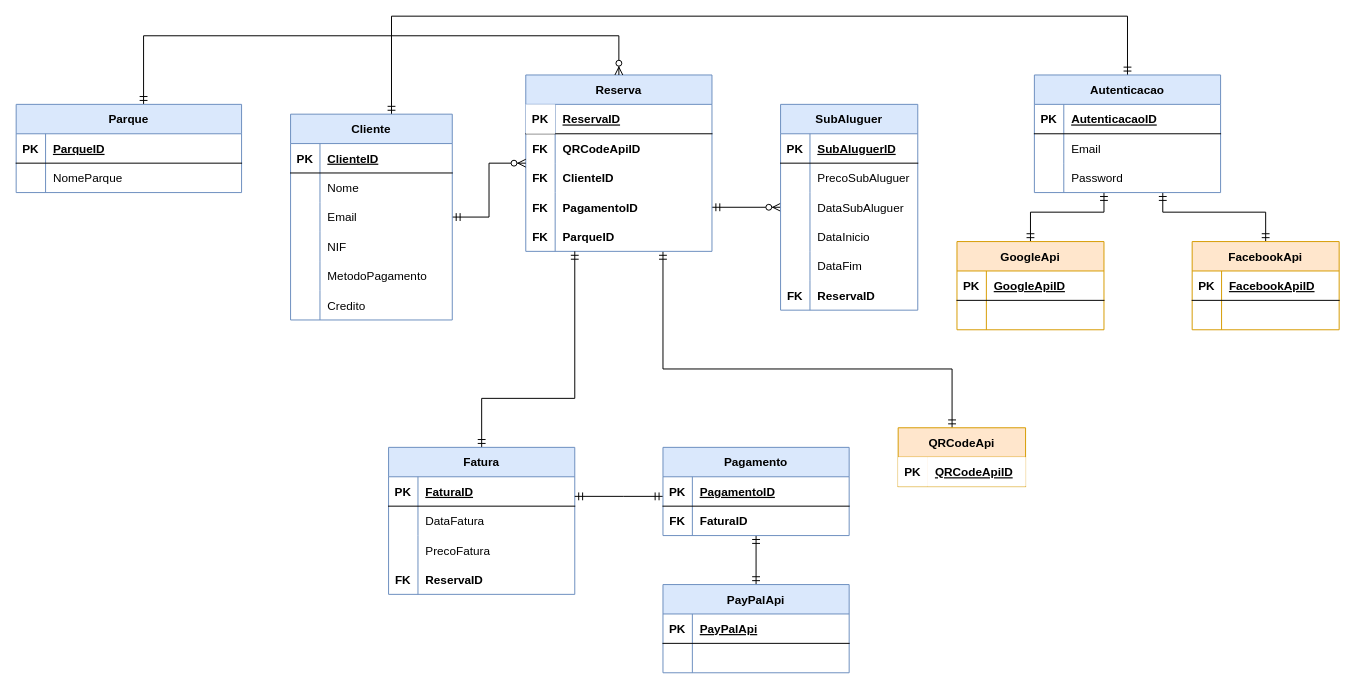
This is ERSmartParkingSprint3.drawio from PauloTor/UPskillDOTNET, a draw.io file, before an edit. Source tidied: cells renumbered, new cells numbered last; positions are measured from the earlier drawing's top-left corner, leaving out a move shared by most shapes. Both pictures are drawn from the tidied source at 98%, with x=0, y=0 at pixel (16, 16).
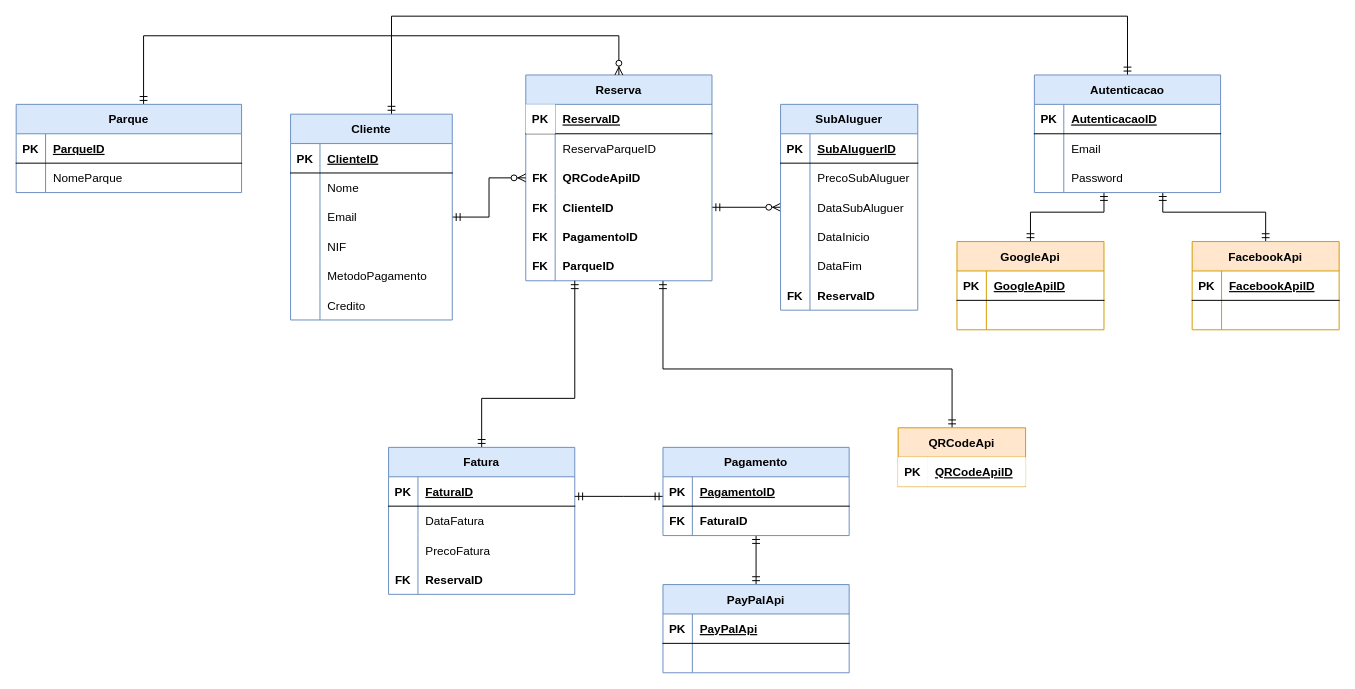
The same diagram, later.

Commit message (it also covers changes not shown here):
Diagrama Sequencia UC5 e minor change no ER sprint 3

The edit, as a diff of the source:
```diff
@@
     <mxCell id="4" value="Reserva" style="shape=table;startSize=30;childLayout=tableLayout;rowLines=0;fontStyle=1;align=center;fillColor=#dae8fc;strokeColor=#6c8ebf;" parent="1" vertex="1">
-      <mxGeometry x="520" y="60" width="190" height="180" as="geometry" />
+      <mxGeometry x="520" y="60" width="190" height="210" as="geometry" />
     </mxCell>
@@
+    <mxCell id="128" style="shape=partialRectangle;fillColor=none;top=0;left=0;bottom=0;right=0;" parent="4" vertex="1">
+      <mxGeometry y="60" width="190" height="30" as="geometry" />
+    </mxCell>
+    <mxCell id="129" style="shape=partialRectangle;fillColor=none;top=0;left=0;bottom=0;right=0;overflow=hidden;" parent="128" vertex="1">
+      <mxGeometry width="30" height="30" as="geometry" />
+    </mxCell>
+    <mxCell id="130" value="ReservaParqueID" style="shape=partialRectangle;fillColor=none;top=0;left=0;bottom=0;right=0;align=left;spacingLeft=6;overflow=hidden;" parent="128" vertex="1">
+      <mxGeometry x="30" width="160" height="30" as="geometry" />
+    </mxCell>
     <mxCell id="8" style="shape=partialRectangle;fillColor=none;top=0;left=0;bottom=0;right=0;" parent="4" vertex="1">
-      <mxGeometry y="60" width="190" height="30" as="geometry" />
+      <mxGeometry y="90" width="190" height="30" as="geometry" />
     </mxCell>
@@
     <mxCell id="11" style="shape=partialRectangle;fillColor=none;top=0;left=0;right=0;bottom=0;" parent="4" vertex="1">
-      <mxGeometry y="90" width="190" height="30" as="geometry" />
+      <mxGeometry y="120" width="190" height="30" as="geometry" />
     </mxCell>
@@
     <mxCell id="14" style="shape=partialRectangle;fillColor=none;top=0;left=0;bottom=0;right=0;" parent="4" vertex="1">
-      <mxGeometry y="120" width="190" height="30" as="geometry" />
+      <mxGeometry y="150" width="190" height="30" as="geometry" />
     </mxCell>
@@
     <mxCell id="17" style="shape=partialRectangle;fillColor=none;top=0;left=0;bottom=0;right=0;" parent="4" vertex="1">
-      <mxGeometry y="150" width="190" height="30" as="geometry" />
+      <mxGeometry y="180" width="190" height="30" as="geometry" />
     </mxCell>
```
